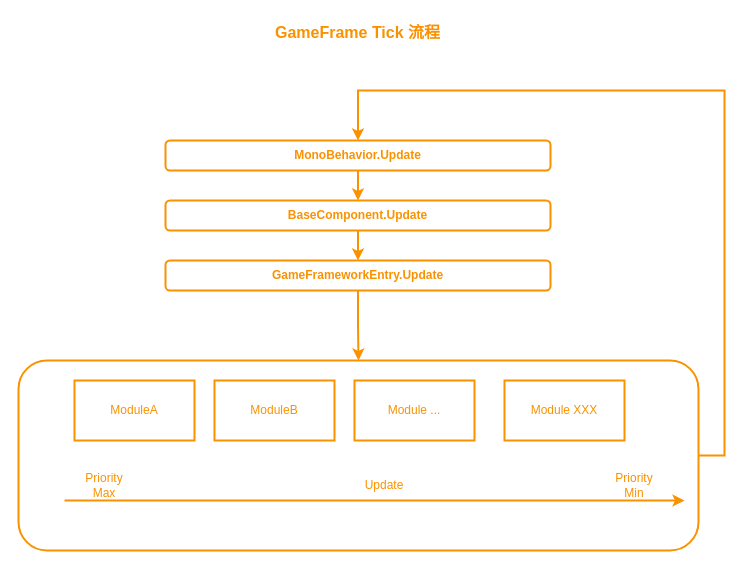
The draw.io diagram 未命名绘图.drawio in alex520lq/LearnDoc, before the edit. Source tidied: cells renumbered, new cells numbered last; positions are measured from the earlier drawing's top-left corner, leaving out a move shared by most shapes. Both pictures are drawn from the tidied source at 100%, with x=0, y=0 at pixel (18, 17).
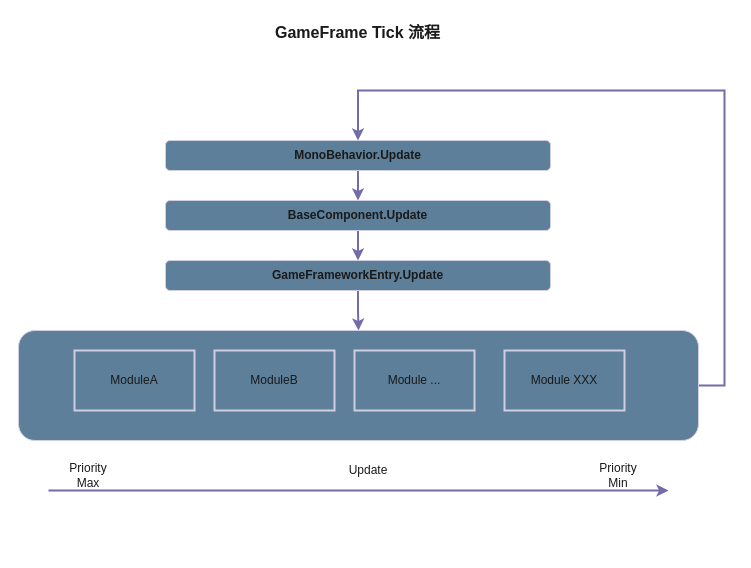
After the change.

Change to the diagram source:
```diff
@@
-    <mxCell id="2" value="GameFrame Tick 流程" style="text;html=1;align=center;verticalAlign=middle;whiteSpace=wrap;rounded=1;labelBackgroundColor=none;fontStyle=1;fontSize=16;strokeWidth=2;fontColor=#FA9200;strokeColor=none;" parent="1" vertex="1">
+    <mxCell id="2" value="GameFrame Tick 流程" style="text;html=1;align=center;verticalAlign=middle;whiteSpace=wrap;rounded=1;labelBackgroundColor=none;fontStyle=1;fontSize=16;strokeWidth=2;fontColor=#1A1A1A;strokeColor=none;" parent="1" vertex="1">
       <mxGeometry x="242" width="195" height="30" as="geometry" />
     </mxCell>
-    <mxCell id="3" style="edgeStyle=orthogonalEdgeStyle;rounded=0;jettySize=auto;html=1;entryX=0.5;entryY=0;entryDx=0;entryDy=0;labelBackgroundColor=none;fontColor=#FA9200;strokeWidth=2;strokeColor=#FA9200;" parent="1" edge="1" source="4" target="6">
+    <mxCell id="3" style="edgeStyle=orthogonalEdgeStyle;rounded=0;jettySize=auto;html=1;entryX=0.5;entryY=0;entryDx=0;entryDy=0;labelBackgroundColor=none;fontColor=default;strokeWidth=2;strokeColor=#736CA8;" parent="1" edge="1" source="4" target="6">
       <mxGeometry relative="1" as="geometry" />
     </mxCell>
-    <mxCell id="4" value="MonoBehavior.Update" style="rounded=1;whiteSpace=wrap;html=1;labelBackgroundColor=none;fontStyle=1;strokeWidth=2;fontColor=#FA9200;strokeColor=#FA9200;" parent="1" vertex="1">
+    <mxCell id="4" value="MonoBehavior.Update" style="rounded=1;whiteSpace=wrap;html=1;labelBackgroundColor=none;fontStyle=1;strokeWidth=1;fontColor=#1A1A1A;strokeColor=#D0CEE2;fillColor=#5D7F99;" parent="1" vertex="1">
       <mxGeometry x="147" y="123" width="385" height="30" as="geometry" />
     </mxCell>
-    <mxCell id="5" style="edgeStyle=orthogonalEdgeStyle;rounded=0;jettySize=auto;html=1;labelBackgroundColor=none;fontColor=#FA9200;strokeWidth=2;strokeColor=#FA9200;" parent="1" edge="1" source="6" target="8">
+    <mxCell id="5" style="edgeStyle=orthogonalEdgeStyle;rounded=0;jettySize=auto;html=1;labelBackgroundColor=none;fontColor=default;strokeWidth=2;strokeColor=#736CA8;" parent="1" edge="1" source="6" target="8">
       <mxGeometry relative="1" as="geometry" />
     </mxCell>
-    <mxCell id="6" value="BaseComponent.Update" style="rounded=1;whiteSpace=wrap;html=1;labelBackgroundColor=none;fontStyle=1;strokeWidth=2;fontColor=#FA9200;strokeColor=#FA9200;" parent="1" vertex="1">
+    <mxCell id="6" value="BaseComponent.Update" style="rounded=1;whiteSpace=wrap;html=1;labelBackgroundColor=none;fontStyle=1;strokeWidth=1;fontColor=#1A1A1A;strokeColor=#D0CEE2;fillColor=#5D7F99;" parent="1" vertex="1">
       <mxGeometry x="147" y="183" width="385" height="30" as="geometry" />
     </mxCell>
-    <mxCell id="7" style="edgeStyle=orthogonalEdgeStyle;rounded=0;jettySize=auto;html=1;entryX=0.5;entryY=0;entryDx=0;entryDy=0;labelBackgroundColor=none;fontColor=#FA9200;strokeWidth=2;strokeColor=#FA9200;" parent="1" edge="1" source="8" target="9">
+    <mxCell id="7" style="edgeStyle=orthogonalEdgeStyle;rounded=0;jettySize=auto;html=1;entryX=0.5;entryY=0;entryDx=0;entryDy=0;labelBackgroundColor=none;fontColor=default;strokeWidth=2;strokeColor=#736CA8;" parent="1" edge="1" source="8" target="9">
       <mxGeometry relative="1" as="geometry" />
     </mxCell>
-    <mxCell id="8" value="GameFrameworkEntry.Update" style="rounded=1;whiteSpace=wrap;html=1;labelBackgroundColor=none;fontStyle=1;strokeWidth=2;fontColor=#FA9200;strokeColor=#FA9200;" parent="1" vertex="1">
+    <mxCell id="8" value="GameFrameworkEntry.Update" style="rounded=1;whiteSpace=wrap;html=1;labelBackgroundColor=none;fontStyle=1;strokeWidth=1;fontColor=#1A1A1A;strokeColor=#D0CEE2;fillColor=#5D7F99;" parent="1" vertex="1">
       <mxGeometry x="147" y="243" width="385" height="30" as="geometry" />
     </mxCell>
+    <mxCell id="19" style="edgeStyle=orthogonalEdgeStyle;rounded=0;jettySize=auto;html=1;exitX=1;exitY=0.5;exitDx=0;exitDy=0;entryX=0.5;entryY=0;entryDx=0;entryDy=0;labelBackgroundColor=none;fontColor=default;strokeWidth=2;strokeColor=#736CA8;" parent="1" edge="1" source="9" target="4">
+      <mxGeometry relative="1" as="geometry">
+        <Array as="points">
+          <mxPoint x="706" y="73" />
+          <mxPoint x="340" y="73" />
+        </Array>
+      </mxGeometry>
+    </mxCell>
+    <mxCell id="20" style="group;" parent="1" vertex="1">
+      <mxGeometry y="313" width="680" height="160" as="geometry" />
+    </mxCell>
-    <mxCell id="9" style="rounded=1;whiteSpace=wrap;html=1;labelBackgroundColor=none;fontStyle=1;strokeWidth=2;fontColor=#FA9200;strokeColor=#FA9200;" parent="1" vertex="1">
-      <mxGeometry y="343" width="680" height="190" as="geometry" />
+    <mxCell id="9" style="rounded=1;whiteSpace=wrap;html=1;labelBackgroundColor=none;fontStyle=1;strokeWidth=1;fontColor=#1A1A1A;strokeColor=#D0CEE2;fillColor=#5D7F99;" parent="20" vertex="1">
+      <mxGeometry width="680" height="110" as="geometry" />
     </mxCell>
-    <mxCell id="10" value="ModuleA" style="rounded=0;whiteSpace=wrap;html=1;labelBackgroundColor=none;strokeWidth=2;fontColor=#FA9200;strokeColor=#FA9200;" parent="1" vertex="1">
-      <mxGeometry x="56" y="363" width="120" height="60" as="geometry" />
+    <mxCell id="10" value="ModuleA" style="rounded=0;whiteSpace=wrap;html=1;labelBackgroundColor=none;strokeWidth=2;fontColor=#1A1A1A;strokeColor=#D0CEE2;fillColor=#5D7F99;" parent="20" vertex="1">
+      <mxGeometry x="56" y="20" width="120" height="60" as="geometry" />
     </mxCell>
-    <mxCell id="11" value="ModuleB" style="rounded=0;whiteSpace=wrap;html=1;labelBackgroundColor=none;strokeWidth=2;fontColor=#FA9200;strokeColor=#FA9200;" parent="1" vertex="1">
-      <mxGeometry x="196" y="363" width="120" height="60" as="geometry" />
+    <mxCell id="11" value="ModuleB" style="rounded=0;whiteSpace=wrap;html=1;labelBackgroundColor=none;strokeWidth=2;fontColor=#1A1A1A;strokeColor=#D0CEE2;fillColor=#5D7F99;" parent="20" vertex="1">
+      <mxGeometry x="196" y="20" width="120" height="60" as="geometry" />
     </mxCell>
-    <mxCell id="12" value="Module ..." style="rounded=0;whiteSpace=wrap;html=1;labelBackgroundColor=none;strokeWidth=2;fontColor=#FA9200;strokeColor=#FA9200;" parent="1" vertex="1">
-      <mxGeometry x="336" y="363" width="120" height="60" as="geometry" />
+    <mxCell id="12" value="Module ..." style="rounded=0;whiteSpace=wrap;html=1;labelBackgroundColor=none;strokeWidth=2;fontColor=#1A1A1A;strokeColor=#D0CEE2;fillColor=#5D7F99;" parent="20" vertex="1">
+      <mxGeometry x="336" y="20" width="120" height="60" as="geometry" />
     </mxCell>
-    <mxCell id="13" value="Module XXX" style="rounded=0;whiteSpace=wrap;html=1;labelBackgroundColor=none;strokeWidth=2;fontColor=#FA9200;strokeColor=#FA9200;" parent="1" vertex="1">
-      <mxGeometry x="486" y="363" width="120" height="60" as="geometry" />
+    <mxCell id="13" value="Module XXX" style="rounded=0;whiteSpace=wrap;html=1;labelBackgroundColor=none;strokeWidth=2;fontColor=#1A1A1A;strokeColor=#D0CEE2;fillColor=#5D7F99;" parent="20" vertex="1">
+      <mxGeometry x="486" y="20" width="120" height="60" as="geometry" />
     </mxCell>
-    <mxCell id="14" style="group;labelBackgroundColor=none;strokeWidth=2;fontColor=#FA9200;strokeColor=none;" parent="1" vertex="1">
-      <mxGeometry x="46" y="453" width="620" height="30" as="geometry" />
+    <mxCell id="14" style="group;labelBackgroundColor=none;strokeWidth=2;fontColor=#1A1A1A;strokeColor=none;" parent="20" vertex="1">
+      <mxGeometry x="30" y="130" width="620" height="30" as="geometry" />
     </mxCell>
-    <mxCell id="15" style="endArrow=classic;html=1;rounded=0;labelBackgroundColor=none;fontColor=#FA9200;strokeWidth=2;strokeColor=#FA9200;" parent="14" edge="1">
+    <mxCell id="15" style="endArrow=classic;html=1;rounded=0;labelBackgroundColor=none;fontColor=default;strokeWidth=2;strokeColor=#736CA8;" parent="14" edge="1">
       <mxGeometry relative="1" as="geometry">
         <mxPoint y="30" as="sourcePoint" />
         <mxPoint x="620" y="30" as="targetPoint" />
       </mxGeometry>
     </mxCell>
-    <mxCell id="16" value="Update" style="text;html=1;align=center;verticalAlign=middle;whiteSpace=wrap;rounded=0;labelBackgroundColor=none;strokeWidth=2;fontColor=#FA9200;strokeColor=none;" parent="14" vertex="1">
-      <mxGeometry x="290" width="60" height="30" as="geometry" />
+    <mxCell id="16" value="Update" style="text;html=1;align=center;verticalAlign=middle;whiteSpace=wrap;rounded=0;labelBackgroundColor=none;strokeWidth=2;fontColor=#1A1A1A;strokeColor=none;" parent="14" vertex="1">
+      <mxGeometry x="290" y="-10" width="60" height="40" as="geometry" />
     </mxCell>
-    <mxCell id="17" value="Priority Max" style="text;html=1;align=center;verticalAlign=middle;whiteSpace=wrap;rounded=0;labelBackgroundColor=none;strokeWidth=2;fontColor=#FA9200;strokeColor=none;" parent="14" vertex="1">
+    <mxCell id="17" value="Priority Max" style="text;html=1;align=center;verticalAlign=middle;whiteSpace=wrap;rounded=0;labelBackgroundColor=none;strokeWidth=2;fontColor=#1A1A1A;strokeColor=none;" parent="14" vertex="1">
       <mxGeometry x="10" width="60" height="30" as="geometry" />
     </mxCell>
-    <mxCell id="18" value="Priority Min" style="text;html=1;align=center;verticalAlign=middle;whiteSpace=wrap;rounded=0;labelBackgroundColor=none;strokeWidth=2;fontColor=#FA9200;strokeColor=none;" parent="14" vertex="1">
+    <mxCell id="18" value="Priority Min" style="text;html=1;align=center;verticalAlign=middle;whiteSpace=wrap;rounded=0;labelBackgroundColor=none;strokeWidth=2;fontColor=#1A1A1A;strokeColor=none;" parent="14" vertex="1">
       <mxGeometry x="540" width="60" height="30" as="geometry" />
     </mxCell>
-    <mxCell id="19" style="edgeStyle=orthogonalEdgeStyle;rounded=0;jettySize=auto;html=1;exitX=1;exitY=0.5;exitDx=0;exitDy=0;entryX=0.5;entryY=0;entryDx=0;entryDy=0;labelBackgroundColor=none;fontColor=#FA9200;strokeWidth=2;strokeColor=#FA9200;" parent="1" edge="1" source="9" target="4">
-      <mxGeometry relative="1" as="geometry">
-        <Array as="points">
-          <mxPoint x="706" y="73" />
-          <mxPoint x="340" y="73" />
-        </Array>
-      </mxGeometry>
-    </mxCell>
```
